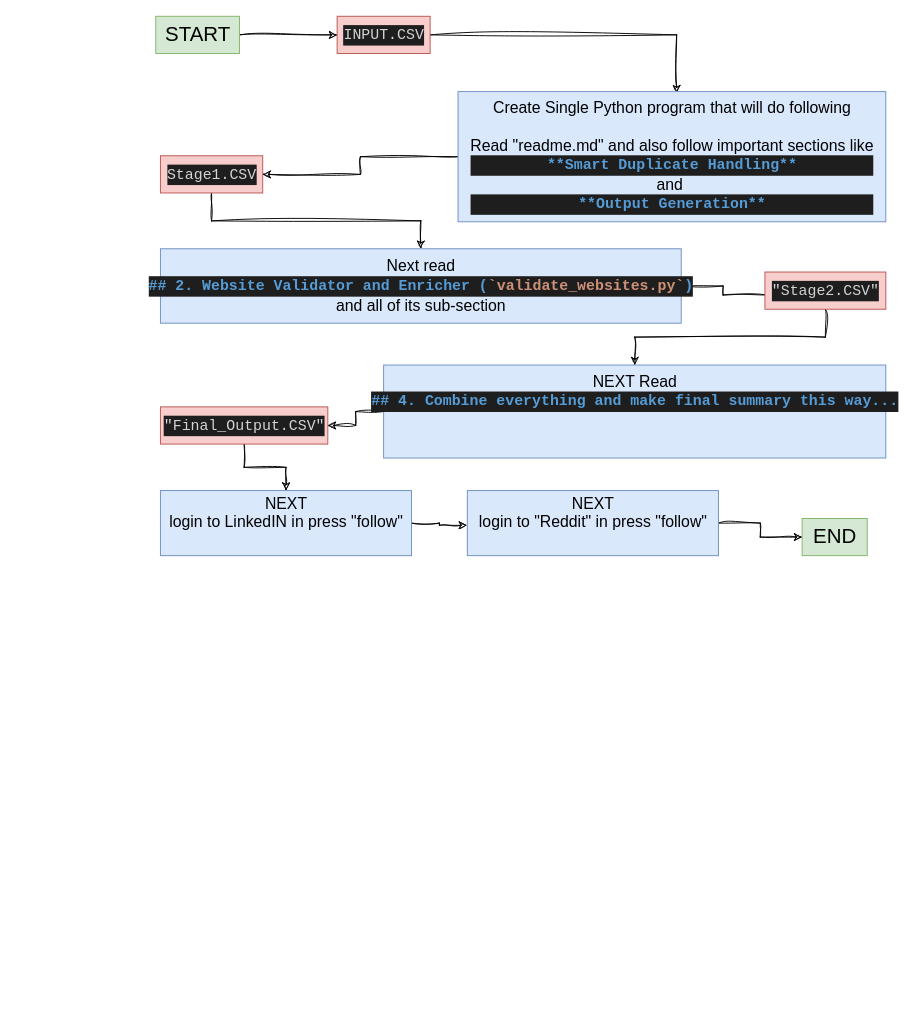
This is tryPEN-Tool.drawio from anjali52deb/draw-io, a draw.io file, before an edit. Source tidied: cells renumbered, new cells numbered last; positions are measured from the earlier drawing's top-left corner, leaving out a move shared by most shapes. Both pictures are drawn from the tidied source at 93%, with x=0, y=0 at pixel (155, 16).
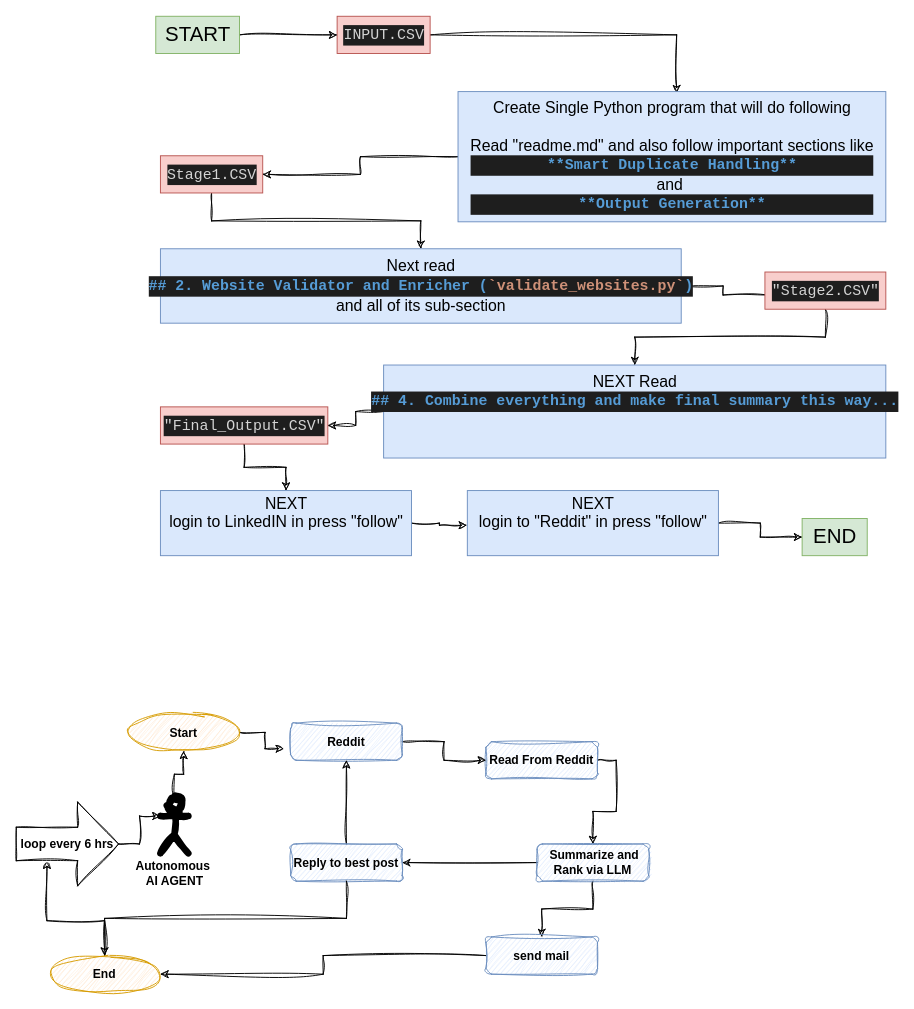
Above is the later version.

Diff of the diagram source:
```diff
@@
+    <mxCell id="23" style="edgeStyle=orthogonalEdgeStyle;rounded=0;sketch=1;hachureGap=4;jiggle=2;curveFitting=1;jettySize=auto;html=1;fontFamily=Helvetica;fontSize=13;fontStyle=1;exitX=0.5;exitY=0;exitDx=0;exitDy=0;exitPerimeter=0;" parent="1" edge="1" source="24" target="26">
+      <mxGeometry relative="1" as="geometry" />
+    </mxCell>
+    <mxCell id="24" value="&lt;div&gt;Autonomous&amp;nbsp;&lt;/div&gt;&lt;div&gt;AI AGENT&lt;/div&gt;" style="shape=umlActor;verticalLabelPosition=bottom;verticalAlign=top;html=1;outlineConnect=0;sketch=1;hachureGap=4;jiggle=2;curveFitting=1;fontFamily=Helvetica;fontSize=13;fontStyle=1;strokeWidth=7;" parent="1" vertex="1">
+      <mxGeometry x="5" y="840" width="30" height="60" as="geometry" />
+    </mxCell>
+    <mxCell id="25" style="edgeStyle=orthogonalEdgeStyle;rounded=0;sketch=1;hachureGap=4;jiggle=2;curveFitting=1;jettySize=auto;html=1;fontFamily=Helvetica;entryX=-0.061;entryY=0.689;entryDx=0;entryDy=0;entryPerimeter=0;fontSize=13;fontStyle=1;" parent="1" edge="1" source="26" target="36">
+      <mxGeometry relative="1" as="geometry" />
+    </mxCell>
+    <mxCell id="26" value="Start" style="ellipse;whiteSpace=wrap;html=1;sketch=1;hachureGap=4;jiggle=2;curveFitting=1;fontFamily=Helvetica;fontSize=13;fontStyle=1;fillColor=#ffe6cc;strokeColor=#d79b00;" parent="1" vertex="1">
+      <mxGeometry x="-30" y="750" width="120" height="40" as="geometry" />
+    </mxCell>
+    <mxCell id="27" style="edgeStyle=orthogonalEdgeStyle;rounded=0;sketch=1;hachureGap=4;jiggle=2;curveFitting=1;jettySize=auto;html=1;fontFamily=Architects Daughter;entryX=0;entryY=0;entryDx=33;entryDy=63;entryPerimeter=0;" parent="1" edge="1" source="42" target="40">
+      <mxGeometry relative="1" as="geometry" />
+    </mxCell>
+    <mxCell id="28" style="edgeStyle=orthogonalEdgeStyle;rounded=0;sketch=1;hachureGap=4;jiggle=2;curveFitting=1;jettySize=auto;html=1;fontFamily=Helvetica;fontSize=13;fontStyle=1;exitX=1;exitY=0.5;exitDx=0;exitDy=0;" parent="1" edge="1" source="29" target="32">
+      <mxGeometry relative="1" as="geometry" />
+    </mxCell>
+    <mxCell id="29" value="Read From Reddit" style="rounded=1;whiteSpace=wrap;html=1;sketch=1;hachureGap=4;jiggle=2;curveFitting=1;fontFamily=Helvetica;fontSize=13;fontStyle=1;fillColor=#dae8fc;strokeColor=#6c8ebf;" parent="1" vertex="1">
+      <mxGeometry x="355" y="780" width="120" height="40" as="geometry" />
+    </mxCell>
+    <mxCell id="30" style="edgeStyle=orthogonalEdgeStyle;rounded=0;sketch=1;hachureGap=4;jiggle=2;curveFitting=1;jettySize=auto;html=1;fontFamily=Helvetica;exitX=0.5;exitY=1;exitDx=0;exitDy=0;fontSize=13;fontStyle=1;" parent="1" edge="1" source="32" target="34">
+      <mxGeometry relative="1" as="geometry" />
+    </mxCell>
+    <mxCell id="31" style="edgeStyle=orthogonalEdgeStyle;rounded=0;sketch=1;hachureGap=4;jiggle=2;curveFitting=1;jettySize=auto;html=1;fontFamily=Helvetica;fontSize=13;fontStyle=1;" parent="1" edge="1" source="32" target="38">
+      <mxGeometry relative="1" as="geometry" />
+    </mxCell>
+    <mxCell id="32" value="&amp;nbsp;Summarize and Rank via LLM" style="rounded=1;whiteSpace=wrap;html=1;sketch=1;hachureGap=4;jiggle=2;curveFitting=1;fontFamily=Helvetica;fontSize=13;fontStyle=1;fillColor=#dae8fc;strokeColor=#6c8ebf;" parent="1" vertex="1">
+      <mxGeometry x="410" y="890" width="120" height="40" as="geometry" />
+    </mxCell>
+    <mxCell id="33" style="edgeStyle=orthogonalEdgeStyle;rounded=0;sketch=1;hachureGap=4;jiggle=2;curveFitting=1;jettySize=auto;html=1;fontFamily=Helvetica;fontSize=13;fontStyle=1;entryX=1;entryY=0.5;entryDx=0;entryDy=0;" parent="1" edge="1" source="34" target="42">
+      <mxGeometry relative="1" as="geometry" />
+    </mxCell>
+    <mxCell id="34" value="send mail" style="rounded=1;whiteSpace=wrap;html=1;sketch=1;hachureGap=4;jiggle=2;curveFitting=1;fontFamily=Helvetica;fontSize=13;fontStyle=1;fillColor=#dae8fc;strokeColor=#6c8ebf;" parent="1" vertex="1">
+      <mxGeometry x="355" y="990" width="120" height="40" as="geometry" />
+    </mxCell>
+    <mxCell id="35" style="edgeStyle=orthogonalEdgeStyle;rounded=0;sketch=1;hachureGap=4;jiggle=2;curveFitting=1;jettySize=auto;html=1;fontFamily=Helvetica;fontSize=13;fontStyle=1;" parent="1" edge="1" source="36" target="29">
+      <mxGeometry relative="1" as="geometry" />
+    </mxCell>
+    <mxCell id="36" value="Reddit" style="rounded=1;whiteSpace=wrap;html=1;sketch=1;hachureGap=4;jiggle=2;curveFitting=1;fontFamily=Helvetica;fontSize=13;fontStyle=1;fillColor=#dae8fc;strokeColor=#6c8ebf;" parent="1" vertex="1">
+      <mxGeometry x="145" y="760" width="120" height="40" as="geometry" />
+    </mxCell>
+    <mxCell id="37" style="edgeStyle=orthogonalEdgeStyle;rounded=0;sketch=1;hachureGap=4;jiggle=2;curveFitting=1;jettySize=auto;html=1;fontFamily=Helvetica;fontSize=13;fontStyle=1;" parent="1" edge="1" source="38" target="36">
+      <mxGeometry relative="1" as="geometry" />
+    </mxCell>
+    <mxCell id="38" value="Reply to best post" style="rounded=1;whiteSpace=wrap;html=1;sketch=1;hachureGap=4;jiggle=2;curveFitting=1;fontFamily=Helvetica;fontSize=13;fontStyle=1;fillColor=#dae8fc;strokeColor=#6c8ebf;" parent="1" vertex="1">
+      <mxGeometry x="145" y="890" width="120" height="40" as="geometry" />
+    </mxCell>
+    <mxCell id="39" style="edgeStyle=orthogonalEdgeStyle;rounded=0;sketch=1;hachureGap=4;jiggle=2;curveFitting=1;jettySize=auto;html=1;fontFamily=Architects Daughter;entryX=0;entryY=0.3333333333333333;entryDx=0;entryDy=0;entryPerimeter=0;" parent="1" edge="1" source="40" target="24">
+      <mxGeometry relative="1" as="geometry" />
+    </mxCell>
+    <mxCell id="40" value="loop every 6 hrs" style="shape=singleArrow;whiteSpace=wrap;html=1;arrowWidth=0.4;arrowSize=0.4;fontSize=13;sketch=1;hachureGap=4;jiggle=2;curveFitting=1;fontStyle=1;" parent="1" vertex="1">
+      <mxGeometry x="-150" y="845" width="110" height="90" as="geometry" />
+    </mxCell>
+    <mxCell id="41" style="edgeStyle=orthogonalEdgeStyle;rounded=0;sketch=1;hachureGap=4;jiggle=2;curveFitting=1;jettySize=auto;html=1;fontFamily=Architects Daughter;exitX=0.5;exitY=1;exitDx=0;exitDy=0;" parent="1" edge="1" source="38" target="42">
+      <mxGeometry relative="1" as="geometry" />
+    </mxCell>
+    <mxCell id="42" value="End" style="ellipse;whiteSpace=wrap;html=1;sketch=1;hachureGap=4;jiggle=2;curveFitting=1;fontFamily=Helvetica;fontSize=13;fontStyle=1;fillColor=#ffe6cc;strokeColor=#d79b00;" parent="1" vertex="1">
+      <mxGeometry x="-115" y="1010" width="120" height="40" as="geometry" />
+    </mxCell>
```
